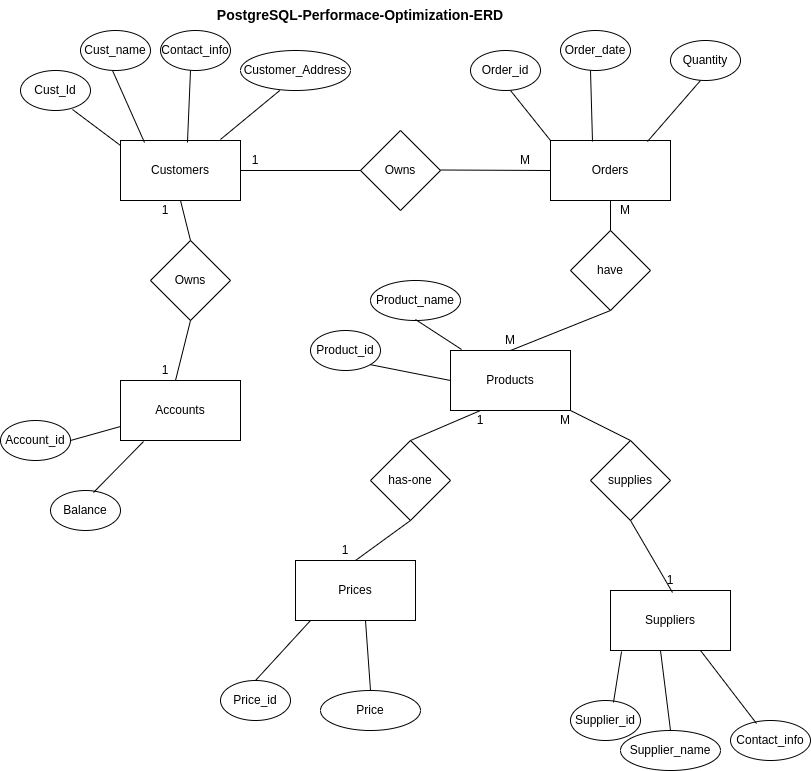
The draw.io diagram database-model-design/PostgreSQL-performance-optimization-erd.drawio.png in enaburekhan/PostgreSQL-Performance-Optimization-for-Big-Data-Applications, before a commit. Source tidied: cells renumbered, new cells last; positions are measured from the earlier drawing's top-left corner, leaving out a move shared by most shapes.
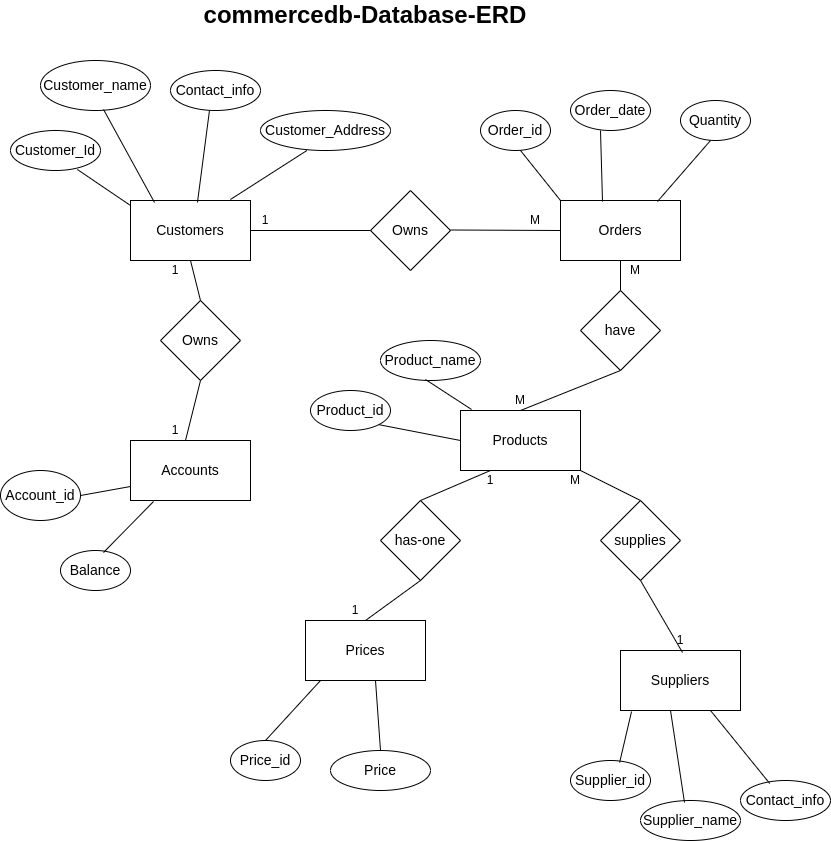
The same diagram one commit later.

Commit message:
Create Orders_Products table

Change to the diagram source:
```diff
@@ -2,22 +2,22 @@
   <root>
     <mxCell id="0" />
     <mxCell id="1" parent="0" />
-    <mxCell id="2" value="Owns" style="rhombus;whiteSpace=wrap;html=1;fillColor=none;" parent="1" vertex="1">
+    <mxCell id="2" value="&lt;font style=&quot;font-size: 14px;&quot;&gt;Owns&lt;/font&gt;" style="rhombus;whiteSpace=wrap;html=1;fillColor=none;" parent="1" vertex="1">
       <mxGeometry x="360" y="130" width="80" height="80" as="geometry" />
     </mxCell>
     <mxCell id="3" value="1" style="text;html=1;align=center;verticalAlign=middle;whiteSpace=wrap;rounded=0;" parent="1" vertex="1">
       <mxGeometry x="330" y="540" width="30" height="20" as="geometry" />
     </mxCell>
-    <mxCell id="4" value="Owns" style="rhombus;whiteSpace=wrap;html=1;fillColor=none;" parent="1" vertex="1">
+    <mxCell id="4" value="&lt;font style=&quot;font-size: 14px;&quot;&gt;Owns&lt;/font&gt;" style="rhombus;whiteSpace=wrap;html=1;fillColor=none;" parent="1" vertex="1">
       <mxGeometry x="150" y="240" width="80" height="80" as="geometry" />
     </mxCell>
-    <mxCell id="5" value="have" style="rhombus;whiteSpace=wrap;html=1;fillColor=none;" parent="1" vertex="1">
+    <mxCell id="5" value="&lt;font style=&quot;font-size: 14px;&quot;&gt;have&lt;/font&gt;" style="rhombus;whiteSpace=wrap;html=1;fillColor=none;" parent="1" vertex="1">
       <mxGeometry x="570" y="230" width="80" height="80" as="geometry" />
     </mxCell>
-    <mxCell id="6" value="has-one" style="rhombus;whiteSpace=wrap;html=1;fillColor=none;" parent="1" vertex="1">
+    <mxCell id="6" value="&lt;font style=&quot;font-size: 14px;&quot;&gt;has-one&lt;/font&gt;" style="rhombus;whiteSpace=wrap;html=1;fillColor=none;" parent="1" vertex="1">
       <mxGeometry x="370" y="440" width="80" height="80" as="geometry" />
     </mxCell>
-    <mxCell id="7" value="supplies" style="rhombus;whiteSpace=wrap;html=1;fillColor=none;" parent="1" vertex="1">
+    <mxCell id="7" value="&lt;font style=&quot;font-size: 14px;&quot;&gt;supplies&lt;/font&gt;" style="rhombus;whiteSpace=wrap;html=1;fillColor=none;" parent="1" vertex="1">
       <mxGeometry x="590" y="440" width="80" height="80" as="geometry" />
     </mxCell>
     <mxCell id="8" style="endArrow=none;html=1;rounded=0;exitX=1;exitY=0.5;exitDx=0;exitDy=0;" parent="1" edge="1">
@@ -64,70 +64,70 @@
         <mxPoint x="410" y="520" as="targetPoint" />
       </mxGeometry>
     </mxCell>
-    <mxCell id="18" value="Customers" style="rounded=0;whiteSpace=wrap;html=1;fillColor=none;" parent="1" vertex="1">
+    <mxCell id="18" value="&lt;font style=&quot;font-size: 14px;&quot;&gt;Customers&lt;/font&gt;" style="rounded=0;whiteSpace=wrap;html=1;fillColor=none;" parent="1" vertex="1">
       <mxGeometry x="120" y="140" width="120" height="60" as="geometry" />
     </mxCell>
-    <mxCell id="19" value="Orders" style="rounded=0;whiteSpace=wrap;html=1;fillColor=none;" parent="1" vertex="1">
+    <mxCell id="19" value="&lt;font style=&quot;font-size: 14px;&quot;&gt;Orders&lt;/font&gt;" style="rounded=0;whiteSpace=wrap;html=1;fillColor=none;" parent="1" vertex="1">
       <mxGeometry x="550" y="140" width="120" height="60" as="geometry" />
     </mxCell>
-    <mxCell id="20" value="Accounts" style="rounded=0;whiteSpace=wrap;html=1;fillColor=none;" parent="1" vertex="1">
+    <mxCell id="20" value="&lt;font style=&quot;font-size: 14px;&quot;&gt;Accounts&lt;/font&gt;" style="rounded=0;whiteSpace=wrap;html=1;fillColor=none;" parent="1" vertex="1">
       <mxGeometry x="120" y="380" width="120" height="60" as="geometry" />
     </mxCell>
-    <mxCell id="21" value="Products" style="rounded=0;whiteSpace=wrap;html=1;fillColor=none;" parent="1" vertex="1">
+    <mxCell id="21" value="&lt;font style=&quot;font-size: 14px;&quot;&gt;Products&lt;/font&gt;" style="rounded=0;whiteSpace=wrap;html=1;fillColor=none;" parent="1" vertex="1">
       <mxGeometry x="450" y="350" width="120" height="60" as="geometry" />
     </mxCell>
-    <mxCell id="22" value="Prices" style="rounded=0;whiteSpace=wrap;html=1;fillColor=none;" parent="1" vertex="1">
+    <mxCell id="22" value="&lt;font style=&quot;font-size: 14px;&quot;&gt;Prices&lt;/font&gt;" style="rounded=0;whiteSpace=wrap;html=1;fillColor=none;" parent="1" vertex="1">
       <mxGeometry x="295" y="560" width="120" height="60" as="geometry" />
     </mxCell>
-    <mxCell id="23" value="Suppliers" style="rounded=0;whiteSpace=wrap;html=1;fillColor=none;" parent="1" vertex="1">
+    <mxCell id="23" value="&lt;font style=&quot;font-size: 14px;&quot;&gt;Suppliers&lt;/font&gt;" style="rounded=0;whiteSpace=wrap;html=1;fillColor=none;" parent="1" vertex="1">
       <mxGeometry x="610" y="590" width="120" height="60" as="geometry" />
     </mxCell>
-    <mxCell id="24" value="Cust_Id" style="ellipse;whiteSpace=wrap;html=1;fillColor=none;" parent="1" vertex="1">
-      <mxGeometry x="20" y="70" width="70" height="40" as="geometry" />
+    <mxCell id="24" value="&lt;font style=&quot;font-size: 14px;&quot;&gt;Customer_Id&lt;/font&gt;" style="ellipse;whiteSpace=wrap;html=1;fillColor=none;" parent="1" vertex="1">
+      <mxGeometry y="70" width="90" height="40" as="geometry" />
     </mxCell>
-    <mxCell id="25" value="Cust_name" style="ellipse;whiteSpace=wrap;html=1;fillColor=none;" parent="1" vertex="1">
-      <mxGeometry x="80" y="30" width="70" height="40" as="geometry" />
+    <mxCell id="25" value="&lt;font style=&quot;font-size: 14px;&quot;&gt;Customer_name&lt;/font&gt;" style="ellipse;whiteSpace=wrap;html=1;fillColor=none;" parent="1" vertex="1">
+      <mxGeometry x="30" width="110" height="50" as="geometry" />
     </mxCell>
-    <mxCell id="26" value="Contact_info" style="ellipse;whiteSpace=wrap;html=1;fillColor=none;" parent="1" vertex="1">
-      <mxGeometry x="160" y="30" width="70" height="40" as="geometry" />
+    <mxCell id="26" value="&lt;font style=&quot;font-size: 14px;&quot;&gt;Contact_info&lt;/font&gt;" style="ellipse;whiteSpace=wrap;html=1;fillColor=none;" parent="1" vertex="1">
+      <mxGeometry x="160" y="10" width="90" height="40" as="geometry" />
     </mxCell>
-    <mxCell id="27" value="Customer_Address" style="ellipse;whiteSpace=wrap;html=1;fillColor=none;" parent="1" vertex="1">
-      <mxGeometry x="240" y="50" width="110" height="40" as="geometry" />
+    <mxCell id="27" value="&lt;font style=&quot;font-size: 14px;&quot;&gt;Customer_Address&lt;/font&gt;" style="ellipse;whiteSpace=wrap;html=1;fillColor=none;" parent="1" vertex="1">
+      <mxGeometry x="250" y="50" width="130" height="40" as="geometry" />
     </mxCell>
-    <mxCell id="28" value="Order_id" style="ellipse;whiteSpace=wrap;html=1;fillColor=none;" parent="1" vertex="1">
+    <mxCell id="28" value="&lt;font style=&quot;font-size: 14px;&quot;&gt;Order_id&lt;/font&gt;" style="ellipse;whiteSpace=wrap;html=1;fillColor=none;" parent="1" vertex="1">
       <mxGeometry x="470" y="50" width="70" height="40" as="geometry" />
     </mxCell>
-    <mxCell id="29" value="Order_date" style="ellipse;whiteSpace=wrap;html=1;fillColor=none;" parent="1" vertex="1">
-      <mxGeometry x="560" y="30" width="70" height="40" as="geometry" />
+    <mxCell id="29" value="&lt;font style=&quot;font-size: 14px;&quot;&gt;Order_date&lt;/font&gt;" style="ellipse;whiteSpace=wrap;html=1;fillColor=none;" parent="1" vertex="1">
+      <mxGeometry x="560" y="30" width="80" height="40" as="geometry" />
     </mxCell>
-    <mxCell id="30" value="Quantity" style="ellipse;whiteSpace=wrap;html=1;fillColor=none;" parent="1" vertex="1">
+    <mxCell id="30" value="&lt;font style=&quot;font-size: 14px;&quot;&gt;Quantity&lt;/font&gt;" style="ellipse;whiteSpace=wrap;html=1;fillColor=none;" parent="1" vertex="1">
       <mxGeometry x="670" y="40" width="70" height="40" as="geometry" />
     </mxCell>
-    <mxCell id="31" value="Supplier_id" style="ellipse;whiteSpace=wrap;html=1;fillColor=none;" parent="1" vertex="1">
-      <mxGeometry x="570" y="700" width="70" height="40" as="geometry" />
+    <mxCell id="31" value="&lt;font style=&quot;font-size: 14px;&quot;&gt;Supplier_id&lt;/font&gt;" style="ellipse;whiteSpace=wrap;html=1;fillColor=none;" parent="1" vertex="1">
+      <mxGeometry x="560" y="700" width="80" height="40" as="geometry" />
     </mxCell>
-    <mxCell id="32" value="Supplier_name" style="ellipse;whiteSpace=wrap;html=1;fillColor=none;" parent="1" vertex="1">
-      <mxGeometry x="620" y="730" width="100" height="40" as="geometry" />
+    <mxCell id="32" value="&lt;font style=&quot;font-size: 14px;&quot;&gt;Supplier_name&lt;/font&gt;" style="ellipse;whiteSpace=wrap;html=1;fillColor=none;" parent="1" vertex="1">
+      <mxGeometry x="630" y="740" width="100" height="40" as="geometry" />
     </mxCell>
-    <mxCell id="33" value="&lt;span style=&quot;font-weight: normal;&quot;&gt;Contact_info&lt;/span&gt;" style="ellipse;whiteSpace=wrap;html=1;fillColor=none;fontStyle=1;" parent="1" vertex="1">
-      <mxGeometry x="730" y="720" width="80" height="40" as="geometry" />
+    <mxCell id="33" value="&lt;span style=&quot;font-weight: normal;&quot;&gt;&lt;font style=&quot;font-size: 14px;&quot;&gt;Contact_info&lt;/font&gt;&lt;/span&gt;" style="ellipse;whiteSpace=wrap;html=1;fillColor=none;fontStyle=1;" parent="1" vertex="1">
+      <mxGeometry x="730" y="720" width="90" height="40" as="geometry" />
     </mxCell>
-    <mxCell id="34" value="Account_id" style="ellipse;whiteSpace=wrap;html=1;fillColor=none;" parent="1" vertex="1">
-      <mxGeometry y="420" width="70" height="40" as="geometry" />
+    <mxCell id="34" value="&lt;font style=&quot;font-size: 14px;&quot;&gt;Account_id&lt;/font&gt;" style="ellipse;whiteSpace=wrap;html=1;fillColor=none;" parent="1" vertex="1">
+      <mxGeometry x="-10" y="410" width="80" height="50" as="geometry" />
     </mxCell>
-    <mxCell id="35" value="Balance" style="ellipse;whiteSpace=wrap;html=1;fillColor=none;" parent="1" vertex="1">
+    <mxCell id="35" value="&lt;font style=&quot;font-size: 14px;&quot;&gt;Balance&lt;/font&gt;" style="ellipse;whiteSpace=wrap;html=1;fillColor=none;" parent="1" vertex="1">
       <mxGeometry x="50" y="490" width="70" height="40" as="geometry" />
     </mxCell>
-    <mxCell id="36" value="Product_id" style="ellipse;whiteSpace=wrap;html=1;fillColor=none;" parent="1" vertex="1">
-      <mxGeometry x="310" y="330" width="70" height="40" as="geometry" />
+    <mxCell id="36" value="&lt;font style=&quot;font-size: 14px;&quot;&gt;Product_id&lt;/font&gt;" style="ellipse;whiteSpace=wrap;html=1;fillColor=none;" parent="1" vertex="1">
+      <mxGeometry x="300" y="330" width="80" height="40" as="geometry" />
     </mxCell>
-    <mxCell id="37" value="Product_name" style="ellipse;whiteSpace=wrap;html=1;fillColor=none;" parent="1" vertex="1">
-      <mxGeometry x="370" y="280" width="90" height="40" as="geometry" />
+    <mxCell id="37" value="&lt;font style=&quot;font-size: 14px;&quot;&gt;Product_name&lt;/font&gt;" style="ellipse;whiteSpace=wrap;html=1;fillColor=none;" parent="1" vertex="1">
+      <mxGeometry x="370" y="280" width="100" height="40" as="geometry" />
     </mxCell>
-    <mxCell id="38" value="Price_id" style="ellipse;whiteSpace=wrap;html=1;fillColor=none;" parent="1" vertex="1">
+    <mxCell id="38" value="&lt;font style=&quot;font-size: 14px;&quot;&gt;Price_id&lt;/font&gt;" style="ellipse;whiteSpace=wrap;html=1;fillColor=none;" parent="1" vertex="1">
       <mxGeometry x="220" y="680" width="70" height="40" as="geometry" />
     </mxCell>
-    <mxCell id="39" value="Price" style="ellipse;whiteSpace=wrap;html=1;fillColor=none;" parent="1" vertex="1">
+    <mxCell id="39" value="&lt;font style=&quot;font-size: 14px;&quot;&gt;Price&lt;/font&gt;" style="ellipse;whiteSpace=wrap;html=1;fillColor=none;" parent="1" vertex="1">
       <mxGeometry x="320" y="690" width="100" height="40" as="geometry" />
     </mxCell>
     <mxCell id="40" style="endArrow=none;html=1;rounded=0;exitX=0.743;exitY=0.975;exitDx=0;exitDy=0;exitPerimeter=0;" parent="1" edge="1" source="24">
@@ -140,15 +140,11 @@
         <mxPoint x="510" y="90" as="targetPoint" />
       </mxGeometry>
     </mxCell>
-    <mxCell id="42" style="endArrow=none;html=1;rounded=0;exitX=0.743;exitY=0.975;exitDx=0;exitDy=0;exitPerimeter=0;entryX=0.2;entryY=0.033;entryDx=0;entryDy=0;entryPerimeter=0;" parent="1" edge="1" target="18">
-      <mxGeometry relative="1" as="geometry">
-        <mxPoint x="112" y="70" as="sourcePoint" />
-      </mxGeometry>
+    <mxCell id="42" style="endArrow=none;html=1;rounded=0;exitX=0.573;exitY=0.98;exitDx=0;exitDy=0;exitPerimeter=0;entryX=0.2;entryY=0.033;entryDx=0;entryDy=0;entryPerimeter=0;" parent="1" edge="1" source="25" target="18">
+      <mxGeometry relative="1" as="geometry" />
     </mxCell>
-    <mxCell id="43" style="endArrow=none;html=1;rounded=0;exitX=0.743;exitY=0.975;exitDx=0;exitDy=0;exitPerimeter=0;entryX=0.558;entryY=0.033;entryDx=0;entryDy=0;entryPerimeter=0;" parent="1" edge="1" target="18">
-      <mxGeometry relative="1" as="geometry">
-        <mxPoint x="190" y="70" as="sourcePoint" />
-      </mxGeometry>
+    <mxCell id="43" style="endArrow=none;html=1;rounded=0;exitX=0.433;exitY=1;exitDx=0;exitDy=0;exitPerimeter=0;entryX=0.558;entryY=0.033;entryDx=0;entryDy=0;entryPerimeter=0;" parent="1" edge="1" source="26" target="18">
+      <mxGeometry relative="1" as="geometry" />
     </mxCell>
     <mxCell id="44" style="endArrow=none;html=1;rounded=0;exitX=0.357;exitY=1;exitDx=0;exitDy=0;exitPerimeter=0;entryX=0.833;entryY=-0.017;entryDx=0;entryDy=0;entryPerimeter=0;" parent="1" edge="1" source="27" target="18">
       <mxGeometry relative="1" as="geometry" />
@@ -194,10 +190,9 @@
     <mxCell id="53" style="endArrow=none;html=1;rounded=0;exitX=0.092;exitY=1.017;exitDx=0;exitDy=0;exitPerimeter=0;entryX=0.614;entryY=0.05;entryDx=0;entryDy=0;entryPerimeter=0;" parent="1" edge="1" source="23" target="31">
       <mxGeometry relative="1" as="geometry" />
     </mxCell>
-    <mxCell id="54" style="endArrow=none;html=1;rounded=0;exitX=0.192;exitY=1.017;exitDx=0;exitDy=0;exitPerimeter=0;" parent="1" edge="1">
+    <mxCell id="54" style="endArrow=none;html=1;rounded=0;exitX=0.192;exitY=1.017;exitDx=0;exitDy=0;exitPerimeter=0;entryX=0.44;entryY=0.05;entryDx=0;entryDy=0;entryPerimeter=0;" parent="1" edge="1" target="32">
       <mxGeometry relative="1" as="geometry">
         <mxPoint x="660" y="650" as="sourcePoint" />
-        <mxPoint x="670" y="730" as="targetPoint" />
       </mxGeometry>
     </mxCell>
     <mxCell id="55" style="endArrow=none;html=1;rounded=0;exitX=0.192;exitY=1.017;exitDx=0;exitDy=0;exitPerimeter=0;entryX=0.325;entryY=0.075;entryDx=0;entryDy=0;entryPerimeter=0;" parent="1" edge="1" target="33">
@@ -232,8 +227,8 @@
     <mxCell id="64" value="1" style="text;html=1;align=center;verticalAlign=middle;whiteSpace=wrap;rounded=0;" parent="1" vertex="1">
       <mxGeometry x="465" y="410" width="30" height="20" as="geometry" />
     </mxCell>
-    <mxCell id="65" value="&lt;b&gt;&lt;font style=&quot;font-size: 14px;&quot;&gt;PostgreSQL-Performace-Optimization-ERD&lt;/font&gt;&lt;/b&gt;" style="text;html=1;align=center;verticalAlign=middle;whiteSpace=wrap;rounded=0;" parent="1" vertex="1">
-      <mxGeometry x="195" width="330" height="30" as="geometry" />
+    <mxCell id="65" value="&lt;b&gt;&lt;font style=&quot;font-size: 24px;&quot;&gt;commercedb-Database-ERD&lt;/font&gt;&lt;/b&gt;" style="text;html=1;align=center;verticalAlign=middle;whiteSpace=wrap;rounded=0;" parent="1" vertex="1">
+      <mxGeometry x="190" y="-60" width="330" height="30" as="geometry" />
     </mxCell>
   </root>
 </mxGraphModel>
```
